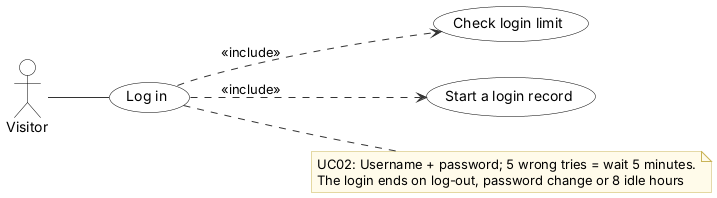
The PlantUML diagram diagrams/uml/14_UC02_log_in.png in JmlAsync/inventory-pos-system, before a commit.
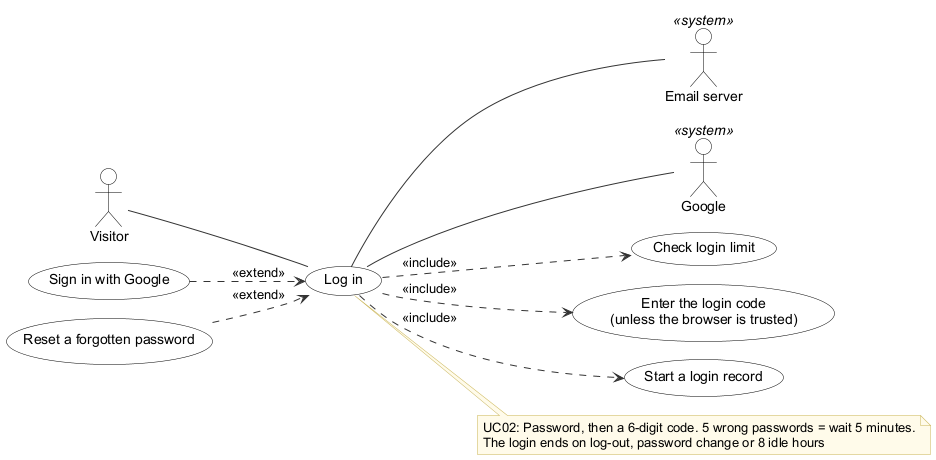
The same diagram one commit later.

The edit, as a diff of the source:
```diff
@@ -1,4 +1,5 @@
 @startuml
+!pragma layout smetana
 skinparam defaultFontName Arial
 skinparam shadowing false
 skinparam ArrowColor #333333
@@ -38,15 +39,25 @@
 hide circle
 
 left to right direction
-actor "Visitor" as Visitor
+actor "Visitor" as A0
+actor "Email server" as S0 <<system>>
+actor "Google" as S1 <<system>>
 usecase "Log in" as U
 usecase "Check login limit" as I0
 U ..> I0 : <<include>>
-usecase "Start a login record" as I1
+usecase "Enter the login code\n(unless the browser is trusted)" as I1
 U ..> I1 : <<include>>
-Visitor -- U
+usecase "Start a login record" as I2
+U ..> I2 : <<include>>
+usecase "Sign in with Google" as E0
+E0 ..> U : <<extend>>
+usecase "Reset a forgotten password" as E1
+E1 ..> U : <<extend>>
+A0 -- U
+U -- S0
+U -- S1
 note right of U
-  UC02: Username + password; 5 wrong tries = wait 5 minutes.
+  UC02: Password, then a 6-digit code. 5 wrong passwords = wait 5 minutes.
   The login ends on log-out, password change or 8 idle hours
 end note
 @enduml
```
